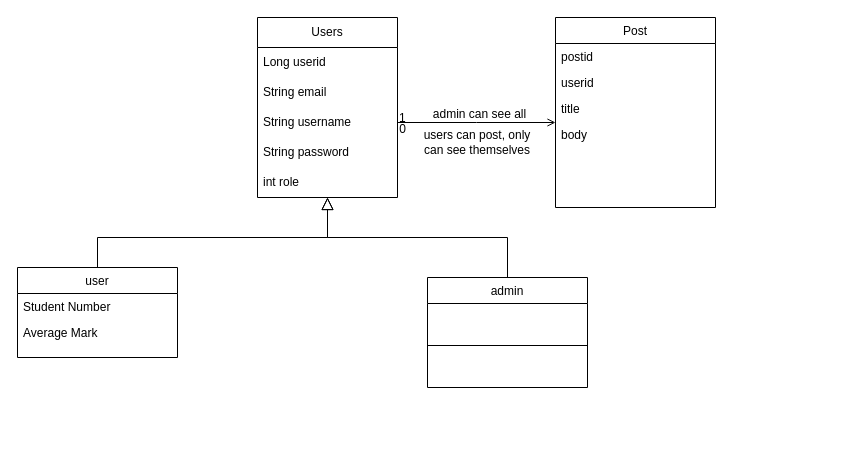
This is user_service/src/main/java/com/evan/user_service/users.drawio from dzwfighting/blog_microservice, a draw.io file, before an edit. Source tidied: cells renumbered, new cells numbered last; positions are measured from the earlier drawing's top-left corner, leaving out a move shared by most shapes. Both pictures are drawn from the tidied source at 100%, with x=0, y=0 at pixel (17, 17).
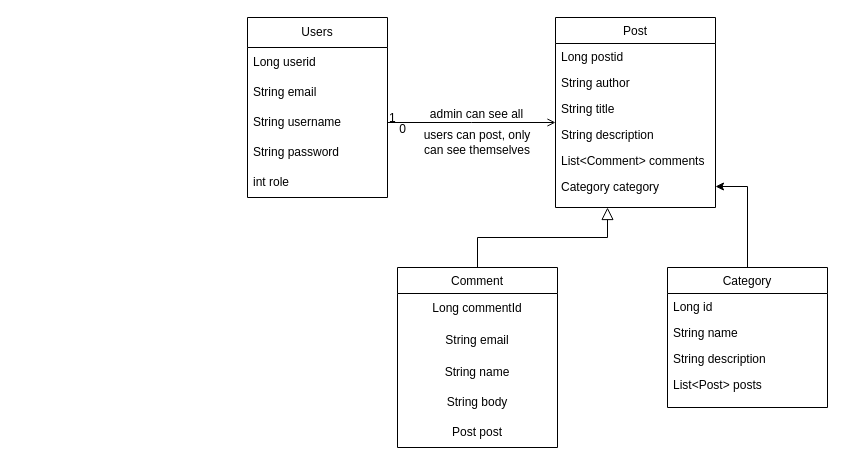
Above is the later version.

Commit message:
update post, comment, category table

Unchanged cells that the change refers to:
```xml
<mxCell id="9" value="Post" style="swimlane;fontStyle=0;align=center;verticalAlign=top;horizontal=1;startSize=26;rounded=0;shadow=0;strokeWidth=1;" parent="1" vertex="1">
  <mxGeometry x="538" width="160" height="190" as="geometry" />
</mxCell>
```

What changed in the source:
```diff
@@
+    <mxCell id="25" style="edgeStyle=orthogonalEdgeStyle;rounded=0;jettySize=auto;html=1;" parent="1" edge="1" source="2" target="34">
+      <mxGeometry relative="1" as="geometry" />
+    </mxCell>
-    <mxCell id="2" value="user" style="swimlane;fontStyle=0;align=center;verticalAlign=top;horizontal=1;startSize=26;rounded=0;shadow=0;strokeWidth=1;" parent="1" vertex="1">
-      <mxGeometry y="250" width="160" height="90" as="geometry" />
+    <mxCell id="2" value="Category" style="swimlane;fontStyle=0;align=center;verticalAlign=top;horizontal=1;startSize=26;rounded=0;shadow=0;strokeWidth=1;" parent="1" vertex="1">
+      <mxGeometry x="650" y="250" width="160" height="140" as="geometry" />
     </mxCell>
-    <mxCell id="3" value="Student Number" style="text;align=left;verticalAlign=top;spacingLeft=4;spacingRight=4;overflow=hidden;" parent="2" vertex="1">
+    <mxCell id="3" value="Long id" style="text;align=left;verticalAlign=top;spacingLeft=4;spacingRight=4;overflow=hidden;" parent="2" vertex="1">
       <mxGeometry y="26" width="160" height="26" as="geometry" />
     </mxCell>
-    <mxCell id="4" value="Average Mark" style="text;align=left;verticalAlign=top;spacingLeft=4;spacingRight=4;overflow=hidden;rounded=0;shadow=0;html=0;" parent="2" vertex="1">
+    <mxCell id="4" value="String name" style="text;align=left;verticalAlign=top;spacingLeft=4;spacingRight=4;overflow=hidden;rounded=0;shadow=0;html=0;" parent="2" vertex="1">
       <mxGeometry y="52" width="160" height="26" as="geometry" />
     </mxCell>
-    <mxCell id="5" style="endArrow=block;endSize=10;endFill=0;shadow=0;strokeWidth=1;rounded=0;curved=0;edgeStyle=elbowEdgeStyle;elbow=vertical;" parent="1" edge="1">
-      <mxGeometry relative="1" as="geometry">
-        <mxPoint x="80" y="250" as="sourcePoint" />
-        <mxPoint x="310" y="180" as="targetPoint" />
-        <Array as="points">
-          <mxPoint x="190" y="220" />
-        </Array>
-      </mxGeometry>
-    </mxCell>
+    <mxCell id="26" value="String description" style="text;align=left;verticalAlign=top;spacingLeft=4;spacingRight=4;overflow=hidden;rounded=0;shadow=0;html=0;" parent="2" vertex="1">
+      <mxGeometry y="78" width="160" height="26" as="geometry" />
+    </mxCell>
+    <mxCell id="27" value="List&lt;Post&gt; posts" style="text;align=left;verticalAlign=top;spacingLeft=4;spacingRight=4;overflow=hidden;rounded=0;shadow=0;html=0;" parent="2" vertex="1">
+      <mxGeometry y="104" width="160" height="26" as="geometry" />
+    </mxCell>
-    <mxCell id="6" value="admin" style="swimlane;fontStyle=0;align=center;verticalAlign=top;horizontal=1;startSize=26;rounded=0;shadow=0;strokeWidth=1;" parent="1" vertex="1">
-      <mxGeometry x="410" y="260" width="160" height="110" as="geometry" />
+    <mxCell id="6" value="Comment" style="swimlane;fontStyle=0;align=center;verticalAlign=top;horizontal=1;startSize=26;rounded=0;shadow=0;strokeWidth=1;" parent="1" vertex="1">
+      <mxGeometry x="380" y="250" width="160" height="180" as="geometry" />
     </mxCell>
-    <mxCell id="7" style="line;html=1;strokeWidth=1;align=left;verticalAlign=middle;spacingTop=-1;spacingLeft=3;spacingRight=3;labelPosition=right;" parent="6" vertex="1">
-      <mxGeometry y="26" width="160" height="84" as="geometry" />
-    </mxCell>
+    <mxCell id="28" value="Long commentId" style="text;html=1;align=center;verticalAlign=middle;whiteSpace=wrap;rounded=0;" parent="6" vertex="1">
+      <mxGeometry y="26" width="160" height="30" as="geometry" />
+    </mxCell>
+    <mxCell id="29" value="String email" style="text;html=1;align=center;verticalAlign=middle;whiteSpace=wrap;rounded=0;" parent="6" vertex="1">
+      <mxGeometry y="56" width="160" height="34" as="geometry" />
+    </mxCell>
+    <mxCell id="30" value="String name" style="text;html=1;align=center;verticalAlign=middle;whiteSpace=wrap;rounded=0;" parent="6" vertex="1">
+      <mxGeometry y="90" width="160" height="30" as="geometry" />
+    </mxCell>
+    <mxCell id="31" value="String body" style="text;html=1;align=center;verticalAlign=middle;whiteSpace=wrap;rounded=0;" parent="6" vertex="1">
+      <mxGeometry y="120" width="160" height="30" as="geometry" />
+    </mxCell>
+    <mxCell id="32" value="Post post" style="text;html=1;align=center;verticalAlign=middle;whiteSpace=wrap;rounded=0;" parent="6" vertex="1">
+      <mxGeometry y="150" width="160" height="30" as="geometry" />
+    </mxCell>
-    <mxCell id="8" style="endArrow=block;endSize=10;endFill=0;shadow=0;strokeWidth=1;rounded=0;curved=0;edgeStyle=elbowEdgeStyle;elbow=vertical;" parent="1" edge="1">
+    <mxCell id="8" style="endArrow=block;endSize=10;endFill=0;shadow=0;strokeWidth=1;rounded=0;curved=0;edgeStyle=elbowEdgeStyle;elbow=vertical;exitX=0.5;exitY=0;exitDx=0;exitDy=0;" parent="1" edge="1" source="6">
       <mxGeometry relative="1" as="geometry">
-        <mxPoint x="490" y="260" as="sourcePoint" />
-        <mxPoint x="310" y="180" as="targetPoint" />
+        <mxPoint x="590" y="190" as="targetPoint" />
       </mxGeometry>
     </mxCell>
@@
-    <mxCell id="10" value="postid" style="text;align=left;verticalAlign=top;spacingLeft=4;spacingRight=4;overflow=hidden;" parent="9" vertex="1">
+    <mxCell id="10" value="Long postid" style="text;align=left;verticalAlign=top;spacingLeft=4;spacingRight=4;overflow=hidden;" parent="9" vertex="1">
       <mxGeometry y="26" width="160" height="26" as="geometry" />
     </mxCell>
-    <mxCell id="11" value="userid" style="text;align=left;verticalAlign=top;spacingLeft=4;spacingRight=4;overflow=hidden;rounded=0;shadow=0;html=0;" parent="9" vertex="1">
+    <mxCell id="11" value="String author" style="text;align=left;verticalAlign=top;spacingLeft=4;spacingRight=4;overflow=hidden;rounded=0;shadow=0;html=0;" parent="9" vertex="1">
       <mxGeometry y="52" width="160" height="26" as="geometry" />
     </mxCell>
-    <mxCell id="12" value="title" style="text;align=left;verticalAlign=top;spacingLeft=4;spacingRight=4;overflow=hidden;rounded=0;shadow=0;html=0;" parent="9" vertex="1">
+    <mxCell id="12" value="String title" style="text;align=left;verticalAlign=top;spacingLeft=4;spacingRight=4;overflow=hidden;rounded=0;shadow=0;html=0;" parent="9" vertex="1">
       <mxGeometry y="78" width="160" height="26" as="geometry" />
     </mxCell>
-    <mxCell id="13" value="body" style="text;align=left;verticalAlign=top;spacingLeft=4;spacingRight=4;overflow=hidden;rounded=0;shadow=0;html=0;" parent="9" vertex="1">
+    <mxCell id="13" value="String description" style="text;align=left;verticalAlign=top;spacingLeft=4;spacingRight=4;overflow=hidden;rounded=0;shadow=0;html=0;" parent="9" vertex="1">
       <mxGeometry y="104" width="160" height="26" as="geometry" />
     </mxCell>
+    <mxCell id="33" value="List&lt;Comment&gt; comments" style="text;align=left;verticalAlign=top;spacingLeft=4;spacingRight=4;overflow=hidden;rounded=0;shadow=0;html=0;" parent="9" vertex="1">
+      <mxGeometry y="130" width="160" height="26" as="geometry" />
+    </mxCell>
+    <mxCell id="34" value="Category category" style="text;align=left;verticalAlign=top;spacingLeft=4;spacingRight=4;overflow=hidden;points=[[0,0.5],[1,0.5]];portConstraint=eastwest;rounded=0;shadow=0;html=0;" parent="9" vertex="1">
+      <mxGeometry y="156" width="160" height="26" as="geometry" />
+    </mxCell>
@@
     <mxCell id="18" value="Users" style="swimlane;fontStyle=0;horizontal=1;startSize=30;whiteSpace=wrap;html=1;" parent="1" vertex="1">
-      <mxGeometry x="240" width="140" height="180" as="geometry" />
+      <mxGeometry x="230" width="140" height="180" as="geometry" />
     </mxCell>
```
